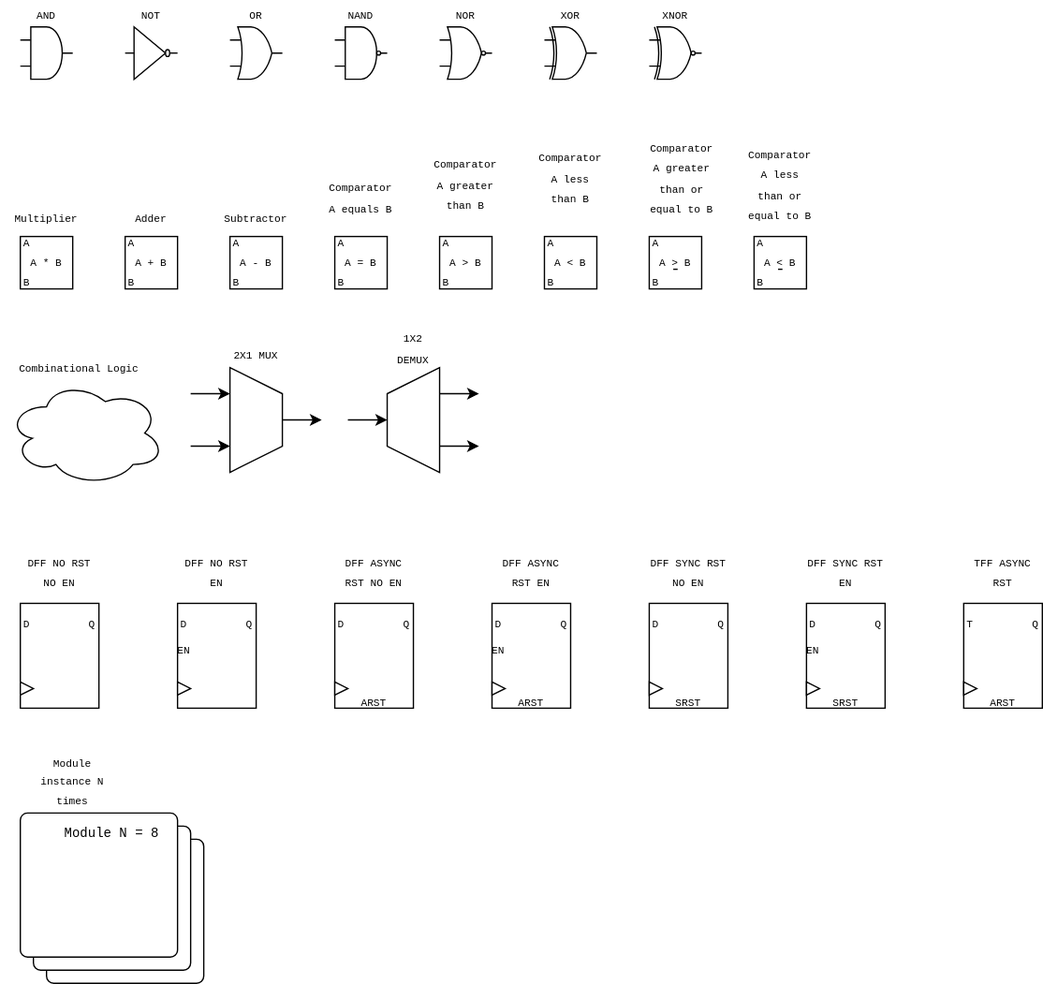
Earlier version of the draw.io export primitives.svg (tms4517/drawio_ai_schematic). Source tidied: cells renumbered, new cells last; positions are measured from the earlier drawing's top-left corner, leaving out a move shared by most shapes.
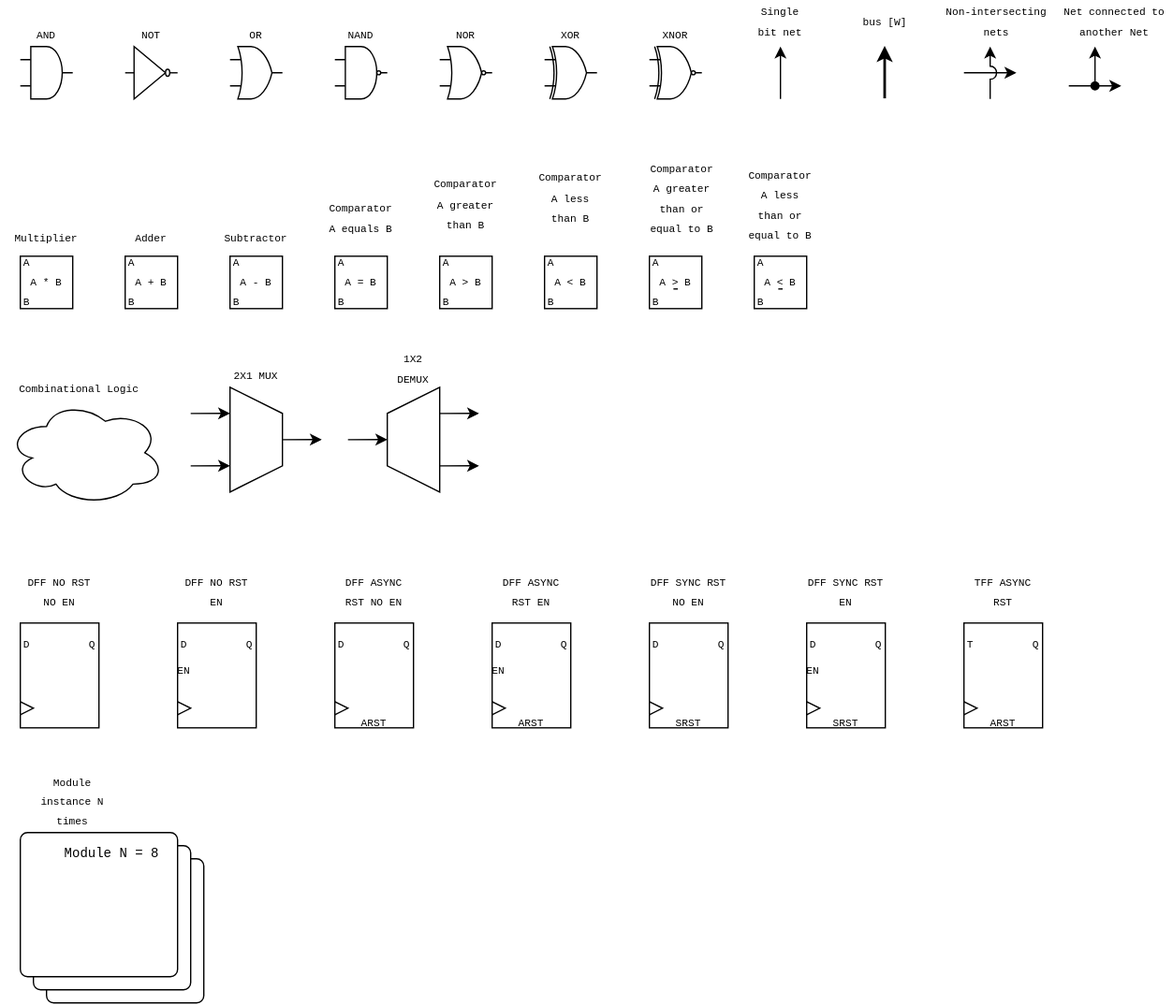
The same file after the commit.

Commit message:
Include single bit net, bus, nets intersecting

Diff of the diagram source:
```diff
@@ -391,5 +391,53 @@
     <mxCell id="123" value="&lt;font style=&quot;font-size: 10px;&quot; face=&quot;Monospace&quot;&gt;Module N = 8&lt;/font&gt;" style="text;html=1;whiteSpace=wrap;strokeColor=none;fillColor=none;align=center;verticalAlign=middle;rounded=0;" parent="1" vertex="1">
       <mxGeometry x="45" y="620" width="80" height="30" as="geometry" />
     </mxCell>
+    <mxCell id="124" style="endArrow=classic;html=1;jumpSize=10;" parent="1" edge="1">
+      <mxGeometry relative="1" as="geometry">
+        <mxPoint x="735" y="40" as="sourcePoint" />
+        <mxPoint x="775" y="40" as="targetPoint" />
+      </mxGeometry>
+    </mxCell>
+    <mxCell id="125" style="endArrow=classic;html=1;jumpSize=10;jumpStyle=arc;" parent="1" edge="1">
+      <mxGeometry relative="1" as="geometry">
+        <mxPoint x="755" y="60" as="sourcePoint" />
+        <mxPoint x="755" y="20" as="targetPoint" />
+      </mxGeometry>
+    </mxCell>
+    <mxCell id="126" value="&lt;font face=&quot;monospace&quot;&gt;&lt;span style=&quot;font-size: 8px;&quot;&gt;Non-intersecting nets&lt;/span&gt;&lt;/font&gt;" style="text;html=1;whiteSpace=wrap;strokeColor=none;fillColor=none;align=center;verticalAlign=middle;rounded=0;" parent="1" vertex="1">
+      <mxGeometry x="715" y="-10" width="90" height="20" as="geometry" />
+    </mxCell>
+    <mxCell id="127" style="endArrow=classic;html=1;" parent="1" edge="1">
+      <mxGeometry relative="1" as="geometry">
+        <mxPoint x="595" y="60" as="sourcePoint" />
+        <mxPoint x="595" y="20" as="targetPoint" />
+      </mxGeometry>
+    </mxCell>
+    <mxCell id="128" style="endArrow=classic;html=1;strokeWidth=2;" parent="1" edge="1">
+      <mxGeometry relative="1" as="geometry">
+        <mxPoint x="675" y="60" as="sourcePoint" />
+        <mxPoint x="675" y="20" as="targetPoint" />
+      </mxGeometry>
+    </mxCell>
+    <mxCell id="129" value="&lt;font face=&quot;monospace&quot;&gt;&lt;span style=&quot;font-size: 8px;&quot;&gt;Single bit net&lt;/span&gt;&lt;/font&gt;" style="text;html=1;whiteSpace=wrap;strokeColor=none;fillColor=none;align=center;verticalAlign=middle;rounded=0;" parent="1" vertex="1">
+      <mxGeometry x="575" y="-10" width="40" height="20" as="geometry" />
+    </mxCell>
+    <mxCell id="130" value="&lt;font face=&quot;monospace&quot;&gt;&lt;span style=&quot;font-size: 8px;&quot;&gt;bus [W]&lt;/span&gt;&lt;/font&gt;" style="text;html=1;whiteSpace=wrap;strokeColor=none;fillColor=none;align=center;verticalAlign=middle;rounded=0;" parent="1" vertex="1">
+      <mxGeometry x="655" y="-10" width="40" height="20" as="geometry" />
+    </mxCell>
+    <mxCell id="131" style="endArrow=classic;html=1;jumpSize=10;" parent="1" edge="1">
+      <mxGeometry relative="1" as="geometry">
+        <mxPoint x="815" y="50" as="sourcePoint" />
+        <mxPoint x="855" y="50" as="targetPoint" />
+      </mxGeometry>
+    </mxCell>
+    <mxCell id="132" style="endArrow=classic;html=1;jumpSize=10;jumpStyle=none;startArrow=oval;startFill=1;" parent="1" edge="1">
+      <mxGeometry relative="1" as="geometry">
+        <mxPoint x="835" y="50" as="sourcePoint" />
+        <mxPoint x="835" y="20" as="targetPoint" />
+      </mxGeometry>
+    </mxCell>
+    <mxCell id="133" value="&lt;font face=&quot;monospace&quot;&gt;&lt;span style=&quot;font-size: 8px;&quot;&gt;Net connected to another Net&lt;/span&gt;&lt;/font&gt;" style="text;html=1;whiteSpace=wrap;strokeColor=none;fillColor=none;align=center;verticalAlign=middle;rounded=0;" parent="1" vertex="1">
+      <mxGeometry x="805" y="-10" width="90" height="20" as="geometry" />
+    </mxCell>
   </root>
 </mxGraphModel>
```
